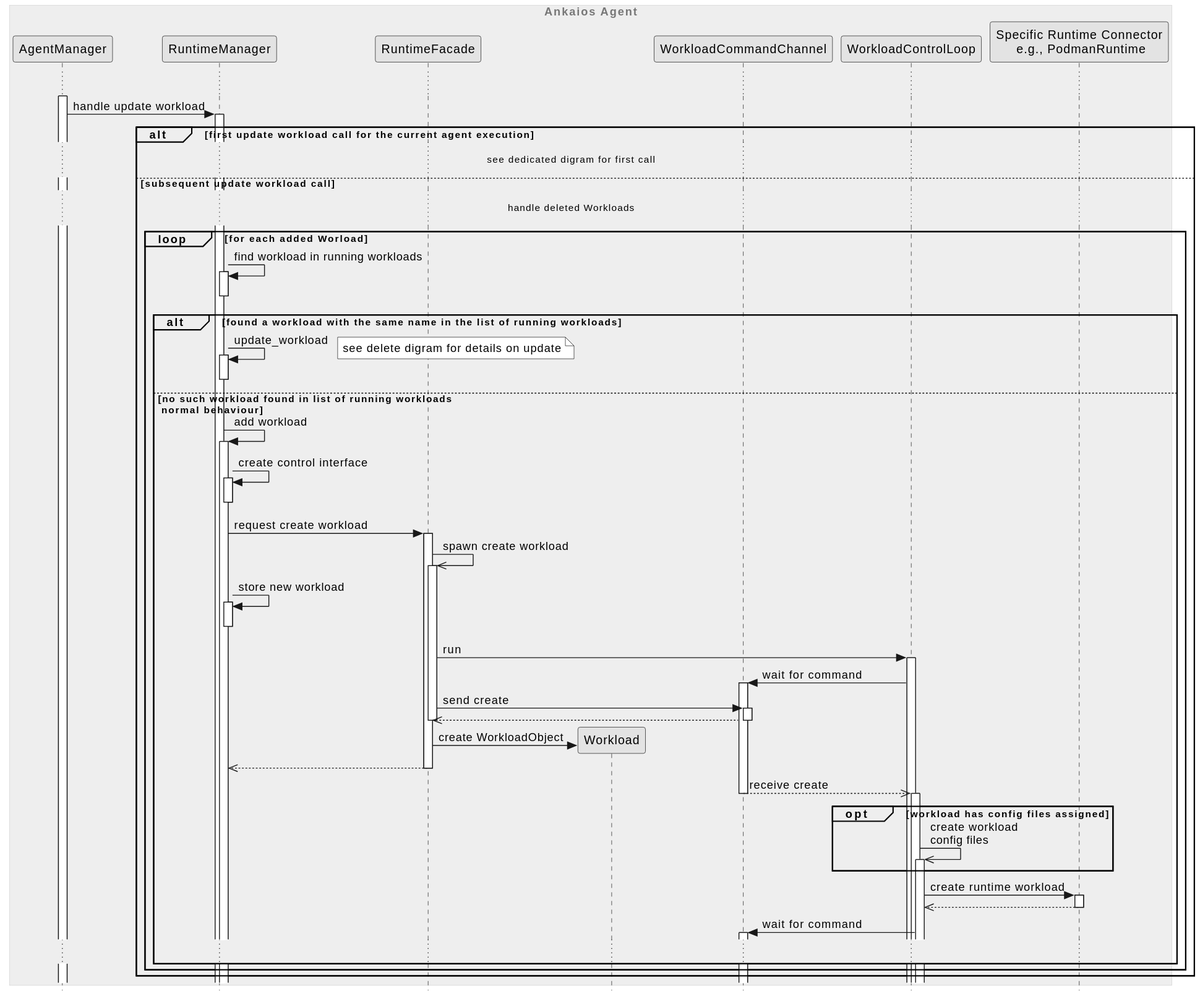
eclipse-ankaios/ankaios keeps this PlantUML diagram as agent/doc/swdesign/plantuml/seq_update_workload_subsequent_added.svg. Above is the earlier version.
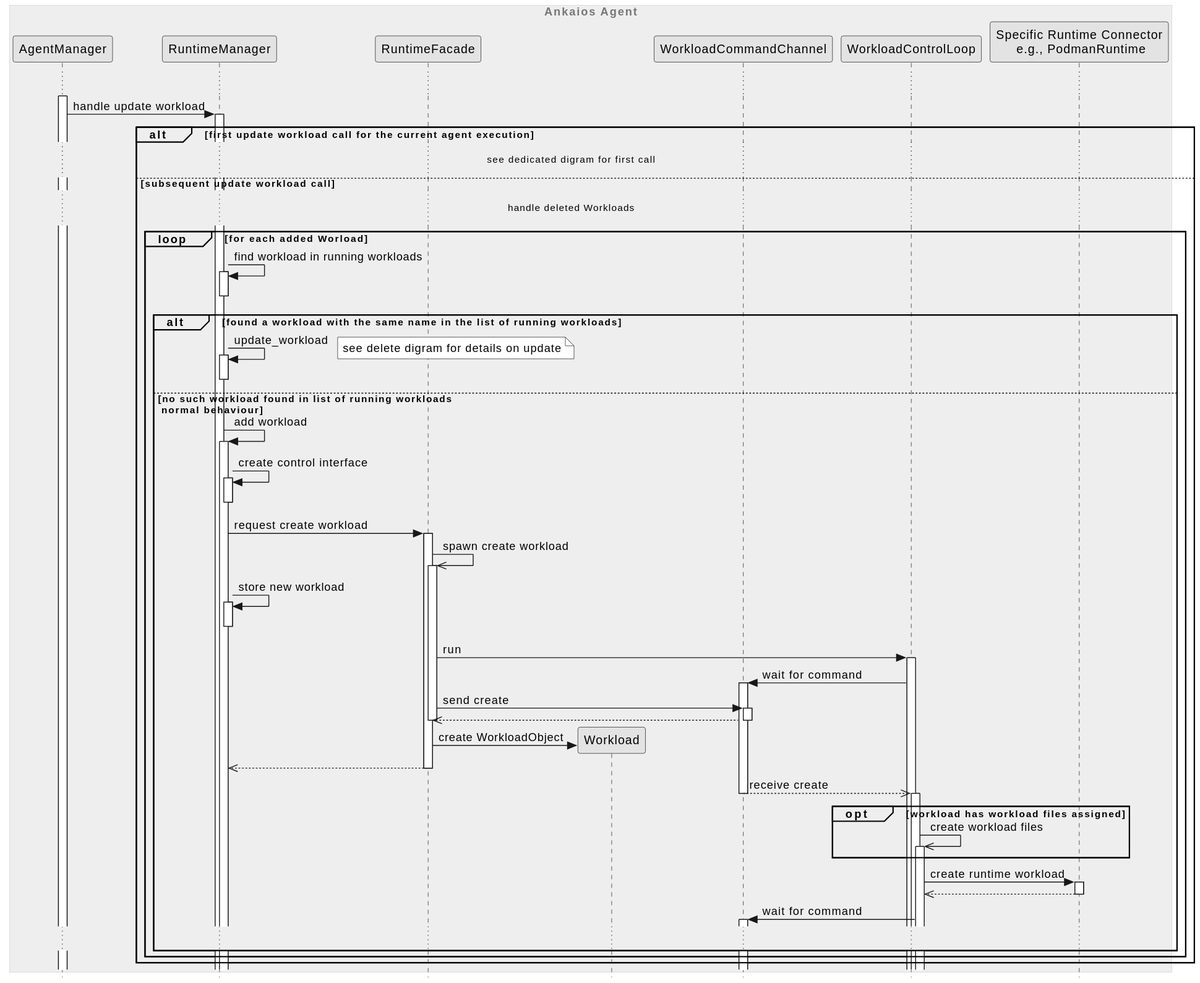
After the change.

Change to the diagram source:
```diff
@@ -50,8 +50,8 @@
             rt_facade -->> runtime_manager --
 
             workload_command -->> workload_control_loop --++: receive create
-            opt workload has config files assigned
-                workload_control_loop ->> workload_control_loop++: create workload\nconfig files
+            opt workload has workload files assigned
+                workload_control_loop ->> workload_control_loop++: create workload files
             end
 
             workload_control_loop -> runtime++: create runtime workload
```
